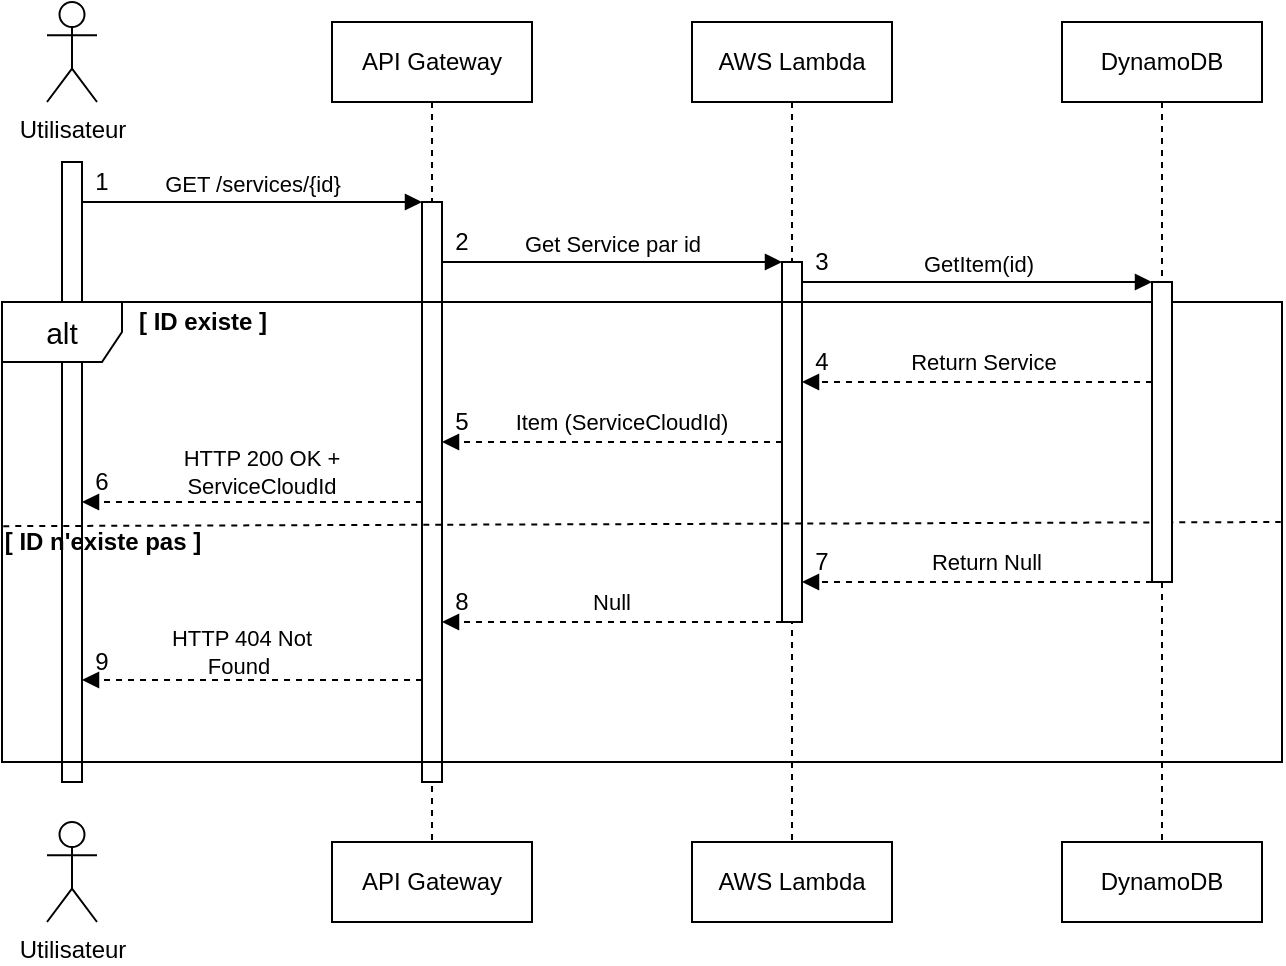
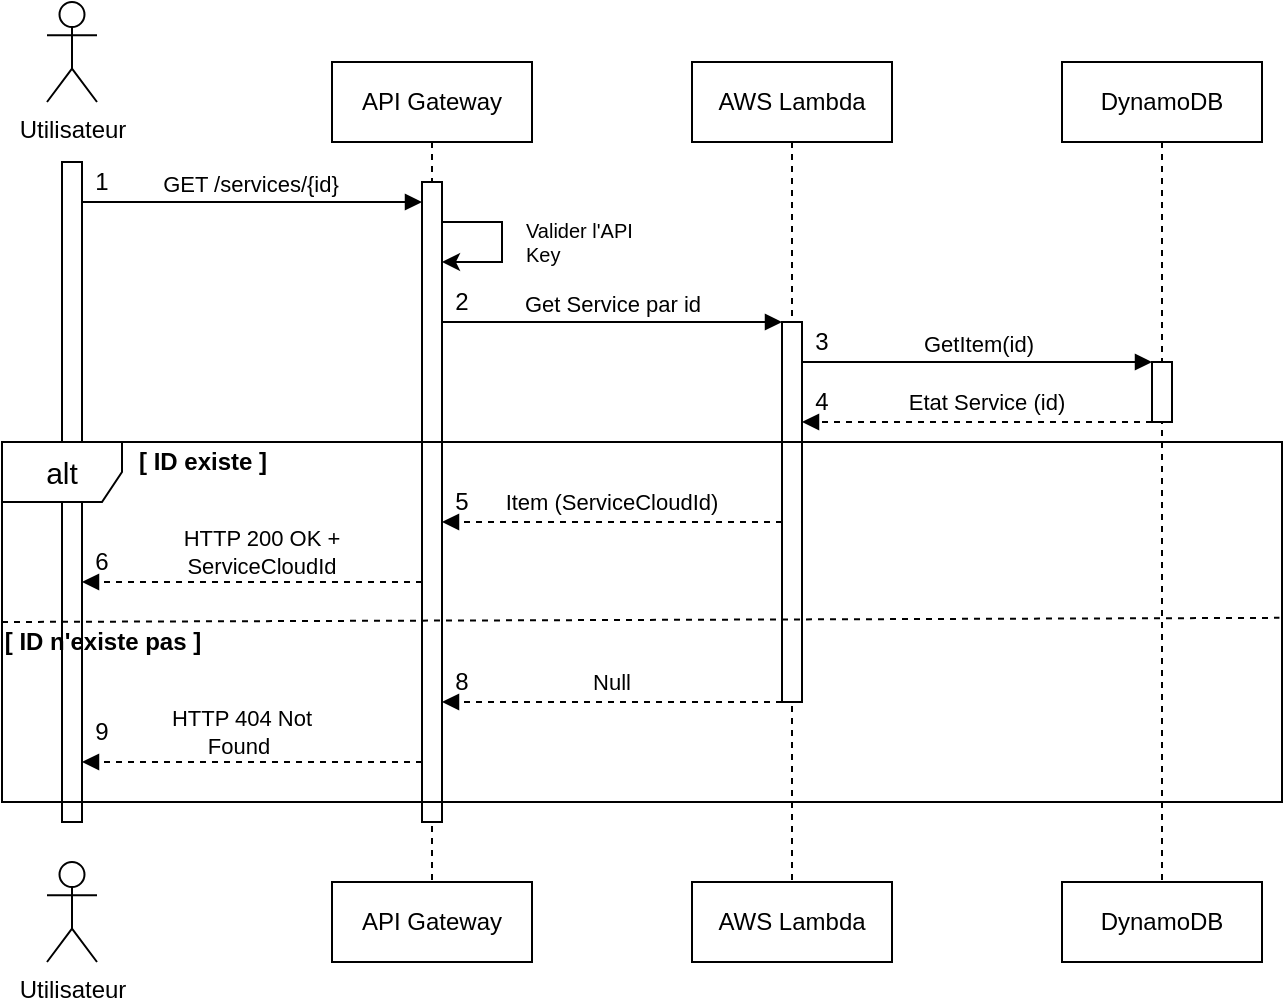
<mxfile host="app.diagrams.net" agent="5.0 (Macintosh; Intel Mac OS X 10_15_7) AppleWebKit/537.36 (KHTML, like Gecko) Chrome/109.0.0.0 Safari/537.36">
  <diagram name="Page-1" id="2YBvvXClWsGukQMizWep">
-     <mxGraphModel dx="900" dy="578" grid="1" gridSize="10" guides="1" tooltips="1" connect="1" arrows="1" fold="1" page="1" pageScale="1" pageWidth="850" pageHeight="1100" math="0" shadow="0">
+     <mxGraphModel dx="1013" dy="650" grid="1" gridSize="10" guides="1" tooltips="1" connect="1" arrows="1" fold="1" page="1" pageScale="1" pageWidth="850" pageHeight="1100" math="0" shadow="0">
      <root>
        <mxCell id="0" />
        <mxCell id="1" parent="0" />
        <mxCell id="aM9ryv3xv72pqoxQDRHE-1" parent="1" style="shape=umlLifeline;perimeter=lifelinePerimeter;whiteSpace=wrap;html=1;container=0;dropTarget=0;collapsible=0;recursiveResize=0;outlineConnect=0;portConstraint=eastwest;newEdgeStyle={&quot;edgeStyle&quot;:&quot;elbowEdgeStyle&quot;,&quot;elbow&quot;:&quot;vertical&quot;,&quot;curved&quot;:0,&quot;rounded&quot;:0};" value="API Gateway" vertex="1">
          <mxGeometry height="410" width="100" x="285" y="80" as="geometry" />
        </mxCell>
        <mxCell id="aM9ryv3xv72pqoxQDRHE-2" parent="aM9ryv3xv72pqoxQDRHE-1" style="html=1;points=[];perimeter=orthogonalPerimeter;outlineConnect=0;targetShapes=umlLifeline;portConstraint=eastwest;newEdgeStyle={&quot;edgeStyle&quot;:&quot;elbowEdgeStyle&quot;,&quot;elbow&quot;:&quot;vertical&quot;,&quot;curved&quot;:0,&quot;rounded&quot;:0};" value="" vertex="1">
-           <mxGeometry height="290" width="10" x="45" y="90" as="geometry" />
+           <mxGeometry height="320" width="10" x="45" y="60" as="geometry" />
        </mxCell>
        <mxCell id="aM9ryv3xv72pqoxQDRHE-5" parent="1" style="shape=umlLifeline;perimeter=lifelinePerimeter;whiteSpace=wrap;html=1;container=0;dropTarget=0;collapsible=0;recursiveResize=0;outlineConnect=0;portConstraint=eastwest;newEdgeStyle={&quot;edgeStyle&quot;:&quot;elbowEdgeStyle&quot;,&quot;elbow&quot;:&quot;vertical&quot;,&quot;curved&quot;:0,&quot;rounded&quot;:0};" value="AWS Lambda" vertex="1">
          <mxGeometry height="410" width="100" x="465" y="80" as="geometry" />
        </mxCell>
        <mxCell id="aM9ryv3xv72pqoxQDRHE-6" parent="aM9ryv3xv72pqoxQDRHE-5" style="html=1;points=[];perimeter=orthogonalPerimeter;outlineConnect=0;targetShapes=umlLifeline;portConstraint=eastwest;newEdgeStyle={&quot;edgeStyle&quot;:&quot;elbowEdgeStyle&quot;,&quot;elbow&quot;:&quot;vertical&quot;,&quot;curved&quot;:0,&quot;rounded&quot;:0};" value="" vertex="1">
-           <mxGeometry height="180" width="10" x="45" y="120" as="geometry" />
+           <mxGeometry height="190" width="10" x="45" y="130" as="geometry" />
        </mxCell>
        <mxCell id="aM9ryv3xv72pqoxQDRHE-7" edge="1" parent="1" style="html=1;verticalAlign=bottom;endArrow=block;edgeStyle=elbowEdgeStyle;elbow=vertical;curved=0;rounded=0;" value="GET /services/{id}">
          <mxGeometry relative="1" as="geometry">
+             <mxPoint x="-1" as="offset" />
            <Array as="points">
-               <mxPoint x="245" y="170" />
+               <mxPoint x="245" y="150" />
            </Array>
-             <mxPoint x="160" y="170" as="sourcePoint" />
-             <mxPoint x="330" y="170" as="targetPoint" />
+             <mxPoint x="160" y="150" as="sourcePoint" />
+             <mxPoint x="330" y="150" as="targetPoint" />
          </mxGeometry>
        </mxCell>
        <mxCell id="ydfixyK2cgRqEg1iHaJK-1" parent="1" style="html=1;points=[];perimeter=orthogonalPerimeter;outlineConnect=0;targetShapes=umlLifeline;portConstraint=eastwest;newEdgeStyle={&quot;edgeStyle&quot;:&quot;elbowEdgeStyle&quot;,&quot;elbow&quot;:&quot;vertical&quot;,&quot;curved&quot;:0,&quot;rounded&quot;:0};" value="" vertex="1">
-           <mxGeometry height="310" width="10" x="150" y="150" as="geometry" />
+           <mxGeometry height="330" width="10" x="150" y="130" as="geometry" />
        </mxCell>
        <mxCell id="ydfixyK2cgRqEg1iHaJK-2" parent="1" style="shape=umlActor;verticalLabelPosition=bottom;verticalAlign=top;html=1;outlineConnect=0;" value="Utilisateur" vertex="1">
-           <mxGeometry height="50" width="25" x="142.5" y="70" as="geometry" />
+           <mxGeometry height="50" width="25" x="142.5" y="50" as="geometry" />
        </mxCell>
        <mxCell id="ydfixyK2cgRqEg1iHaJK-3" parent="1" style="text;html=1;whiteSpace=wrap;strokeColor=none;fillColor=none;align=center;verticalAlign=middle;rounded=0;" value="1" vertex="1">
-           <mxGeometry height="20" width="20" x="160" y="150" as="geometry" />
+           <mxGeometry height="20" width="20" x="160" y="130" as="geometry" />
        </mxCell>
-         <mxCell id="ydfixyK2cgRqEg1iHaJK-4" edge="1" parent="1" style="html=1;verticalAlign=bottom;endArrow=block;edgeStyle=elbowEdgeStyle;elbow=vertical;curved=0;rounded=0;" target="ydfixyK2cgRqEg1iHaJK-46" value="GetItem(id)">
+         <mxCell id="ydfixyK2cgRqEg1iHaJK-4" edge="1" parent="1" style="html=1;verticalAlign=bottom;endArrow=block;edgeStyle=elbowEdgeStyle;elbow=vertical;curved=0;rounded=0;" value="GetItem(id)">
          <mxGeometry relative="1" as="geometry">
            <mxPoint as="offset" />
            <Array as="points">
-               <mxPoint x="605" y="210" />
+               <mxPoint x="605" y="230" />
            </Array>
-             <mxPoint x="520" y="210" as="sourcePoint" />
-             <mxPoint x="690" y="210" as="targetPoint" />
+             <mxPoint x="520" y="230" as="sourcePoint" />
+             <mxPoint x="695" y="230" as="targetPoint" />
          </mxGeometry>
        </mxCell>
        <mxCell id="ydfixyK2cgRqEg1iHaJK-7" parent="1" style="shape=umlFrame;whiteSpace=wrap;html=1;pointerEvents=0;" value="&lt;font style=&quot;font-size: 15px;&quot;&gt;alt&lt;/font&gt;" vertex="1">
-           <mxGeometry height="230" width="640" x="120" y="220" as="geometry" />
+           <mxGeometry height="180" width="640" x="120" y="270" as="geometry" />
        </mxCell>
        <mxCell id="ydfixyK2cgRqEg1iHaJK-8" parent="1" style="text;align=center;fontStyle=1;verticalAlign=middle;spacingLeft=3;spacingRight=3;strokeColor=none;rotatable=0;points=[[0,0.5],[1,0.5]];portConstraint=eastwest;html=1;" value="[ ID existe ]" vertex="1">
-           <mxGeometry height="20" width="60" x="190" y="220" as="geometry" />
+           <mxGeometry height="20" width="60" x="190" y="270" as="geometry" />
        </mxCell>
        <mxCell id="ydfixyK2cgRqEg1iHaJK-9" parent="1" style="text;html=1;whiteSpace=wrap;strokeColor=none;fillColor=none;align=center;verticalAlign=middle;rounded=0;" value="2" vertex="1">
-           <mxGeometry height="20" width="20" x="340" y="180" as="geometry" />
+           <mxGeometry height="20" width="20" x="340" y="190" as="geometry" />
        </mxCell>
        <mxCell id="ydfixyK2cgRqEg1iHaJK-15" edge="1" parent="1" style="html=1;verticalAlign=bottom;endArrow=block;edgeStyle=elbowEdgeStyle;elbow=vertical;curved=0;rounded=0;endFill=1;entryX=0;entryY=1;entryDx=0;entryDy=0;dashed=1;" value="">
          <mxGeometry relative="1" as="geometry">
            <Array as="points">
-               <mxPoint x="490" y="290" />
+               <mxPoint x="490" y="310" />
            </Array>
-             <mxPoint x="510" y="290" as="sourcePoint" />
-             <mxPoint x="340" y="290" as="targetPoint" />
+             <mxPoint x="510" y="310" as="sourcePoint" />
+             <mxPoint x="340" y="310" as="targetPoint" />
          </mxGeometry>
        </mxCell>
        <mxCell id="ydfixyK2cgRqEg1iHaJK-18" parent="1" style="text;html=1;whiteSpace=wrap;strokeColor=none;fillColor=none;align=center;verticalAlign=middle;rounded=0;strokeWidth=1;fontSize=11;" value="Item (ServiceCloudId)" vertex="1">
-           <mxGeometry height="20" width="120" x="370" y="270" as="geometry" />
+           <mxGeometry height="20" width="120" x="365" y="290" as="geometry" />
        </mxCell>
        <mxCell id="ydfixyK2cgRqEg1iHaJK-19" edge="1" parent="1" style="html=1;verticalAlign=bottom;endArrow=block;edgeStyle=elbowEdgeStyle;elbow=vertical;curved=0;rounded=0;endFill=1;entryX=1;entryY=0.529;entryDx=0;entryDy=0;entryPerimeter=0;dashed=1;" value="">
          <mxGeometry relative="1" as="geometry">
            <Array as="points">
-               <mxPoint x="310" y="320" />
+               <mxPoint x="310" y="340" />
            </Array>
-             <mxPoint x="330" y="320" as="sourcePoint" />
-             <mxPoint x="160" y="320" as="targetPoint" />
+             <mxPoint x="330" y="340" as="sourcePoint" />
+             <mxPoint x="160" y="340" as="targetPoint" />
          </mxGeometry>
        </mxCell>
        <mxCell id="ydfixyK2cgRqEg1iHaJK-20" parent="1" style="text;html=1;whiteSpace=wrap;strokeColor=none;fillColor=none;align=center;verticalAlign=middle;rounded=0;" value="4" vertex="1">
          <mxGeometry height="20" width="20" x="520" y="240" as="geometry" />
        </mxCell>
        <mxCell id="ydfixyK2cgRqEg1iHaJK-21" parent="1" style="text;html=1;whiteSpace=wrap;strokeColor=none;fillColor=none;align=center;verticalAlign=middle;rounded=0;strokeWidth=1;fontSize=11;" value="HTTP 200 OK + ServiceCloudId" vertex="1">
-           <mxGeometry height="30" width="100" x="200" y="290" as="geometry" />
+           <mxGeometry height="30" width="100" x="200" y="310" as="geometry" />
        </mxCell>
        <mxCell id="ydfixyK2cgRqEg1iHaJK-23" edge="1" parent="1" style="endArrow=none;dashed=1;html=1;rounded=0;entryX=0.998;entryY=0.544;entryDx=0;entryDy=0;entryPerimeter=0;" value="">
          <mxGeometry height="50" relative="1" width="50" as="geometry">
-             <mxPoint x="120.64" y="332.08" as="sourcePoint" />
-             <mxPoint x="759.36" y="329.99999999999994" as="targetPoint" />
+             <mxPoint x="120" y="360" as="sourcePoint" />
+             <mxPoint x="758.72" y="357.91999999999996" as="targetPoint" />
          </mxGeometry>
        </mxCell>
        <mxCell id="ydfixyK2cgRqEg1iHaJK-26" edge="1" parent="1" style="html=1;verticalAlign=bottom;endArrow=block;edgeStyle=elbowEdgeStyle;elbow=vertical;curved=0;rounded=0;endFill=1;entryX=0;entryY=1;entryDx=0;entryDy=0;dashed=1;" value="">
          <mxGeometry relative="1" as="geometry">
            <Array as="points" />
-             <mxPoint x="510" y="380" as="sourcePoint" />
-             <mxPoint x="340" y="380" as="targetPoint" />
+             <mxPoint x="510" y="400" as="sourcePoint" />
+             <mxPoint x="340" y="400" as="targetPoint" />
          </mxGeometry>
        </mxCell>
        <mxCell id="ydfixyK2cgRqEg1iHaJK-28" parent="1" style="text;html=1;whiteSpace=wrap;strokeColor=none;fillColor=none;align=center;verticalAlign=middle;rounded=0;strokeWidth=1;fontSize=11;" value="Null" vertex="1">
-           <mxGeometry height="20" width="60" x="395" y="360" as="geometry" />
+           <mxGeometry height="20" width="60" x="395" y="380" as="geometry" />
        </mxCell>
        <mxCell id="ydfixyK2cgRqEg1iHaJK-29" parent="1" style="text;html=1;whiteSpace=wrap;strokeColor=none;fillColor=none;align=center;verticalAlign=middle;rounded=0;" value="&lt;div align=&quot;center&quot;&gt;&amp;nbsp; &amp;nbsp;5&lt;span style=&quot;white-space: pre;&quot;&gt;&#x9;&lt;/span&gt;&lt;/div&gt;" vertex="1">
-           <mxGeometry height="20" width="20" x="340" y="270" as="geometry" />
+           <mxGeometry height="20" width="20" x="340" y="290" as="geometry" />
        </mxCell>
        <mxCell id="ydfixyK2cgRqEg1iHaJK-30" edge="1" parent="1" style="html=1;verticalAlign=bottom;endArrow=block;edgeStyle=elbowEdgeStyle;elbow=vertical;curved=0;rounded=0;endFill=1;entryX=1;entryY=0.529;entryDx=0;entryDy=0;entryPerimeter=0;dashed=1;" value="">
          <mxGeometry relative="1" as="geometry">
            <Array as="points">
-               <mxPoint x="310" y="409" />
+               <mxPoint x="310" y="430" />
            </Array>
-             <mxPoint x="330" y="409" as="sourcePoint" />
-             <mxPoint x="160" y="409" as="targetPoint" />
+             <mxPoint x="330" y="430" as="sourcePoint" />
+             <mxPoint x="160" y="430" as="targetPoint" />
          </mxGeometry>
        </mxCell>
        <mxCell id="ydfixyK2cgRqEg1iHaJK-31" parent="1" style="text;html=1;whiteSpace=wrap;strokeColor=none;fillColor=none;align=center;verticalAlign=middle;rounded=0;fontSize=11;" value="HTTP 404 Not Found&amp;nbsp;" vertex="1">
-           <mxGeometry height="30" width="100" x="190" y="380" as="geometry" />
+           <mxGeometry height="30" width="100" x="190" y="400" as="geometry" />
        </mxCell>
        <mxCell id="ydfixyK2cgRqEg1iHaJK-32" parent="1" style="text;html=1;whiteSpace=wrap;strokeColor=none;fillColor=none;align=center;verticalAlign=middle;rounded=0;" value="6" vertex="1">
-           <mxGeometry height="20" width="20" x="160" y="300" as="geometry" />
+           <mxGeometry height="20" width="20" x="160" y="320" as="geometry" />
        </mxCell>
        <mxCell id="ydfixyK2cgRqEg1iHaJK-35" parent="1" style="shape=umlLifeline;perimeter=lifelinePerimeter;whiteSpace=wrap;html=1;container=0;dropTarget=0;collapsible=0;recursiveResize=0;outlineConnect=0;portConstraint=eastwest;newEdgeStyle={&quot;edgeStyle&quot;:&quot;elbowEdgeStyle&quot;,&quot;elbow&quot;:&quot;vertical&quot;,&quot;curved&quot;:0,&quot;rounded&quot;:0};" value="API Gateway" vertex="1">
          <mxGeometry height="40" width="100" x="285" y="490" as="geometry" />
        </mxCell>
        <mxCell id="ydfixyK2cgRqEg1iHaJK-38" parent="1" style="shape=umlLifeline;perimeter=lifelinePerimeter;whiteSpace=wrap;html=1;container=0;dropTarget=0;collapsible=0;recursiveResize=0;outlineConnect=0;portConstraint=eastwest;newEdgeStyle={&quot;edgeStyle&quot;:&quot;elbowEdgeStyle&quot;,&quot;elbow&quot;:&quot;vertical&quot;,&quot;curved&quot;:0,&quot;rounded&quot;:0};" value="AWS Lambda" vertex="1">
          <mxGeometry height="40" width="100" x="465" y="490" as="geometry" />
        </mxCell>
        <mxCell id="ydfixyK2cgRqEg1iHaJK-40" parent="1" style="text;align=center;fontStyle=1;verticalAlign=middle;spacingLeft=3;spacingRight=3;strokeColor=none;rotatable=0;points=[[0,0.5],[1,0.5]];portConstraint=eastwest;html=1;" value="[ ID n&#39;existe pas ]" vertex="1">
-           <mxGeometry height="20" width="60" x="140" y="330" as="geometry" />
+           <mxGeometry height="20" width="60" x="140" y="360" as="geometry" />
        </mxCell>
        <mxCell id="ydfixyK2cgRqEg1iHaJK-42" parent="1" style="shape=umlActor;verticalLabelPosition=bottom;verticalAlign=top;html=1;outlineConnect=0;" value="Utilisateur" vertex="1">
          <mxGeometry height="50" width="25" x="142.5" y="480" as="geometry" />
        </mxCell>
        <mxCell id="ydfixyK2cgRqEg1iHaJK-45" parent="1" style="shape=umlLifeline;perimeter=lifelinePerimeter;whiteSpace=wrap;html=1;container=0;dropTarget=0;collapsible=0;recursiveResize=0;outlineConnect=0;portConstraint=eastwest;newEdgeStyle={&quot;edgeStyle&quot;:&quot;elbowEdgeStyle&quot;,&quot;elbow&quot;:&quot;vertical&quot;,&quot;curved&quot;:0,&quot;rounded&quot;:0};" value="DynamoDB" vertex="1">
          <mxGeometry height="410" width="100" x="650" y="80" as="geometry" />
        </mxCell>
        <mxCell id="ydfixyK2cgRqEg1iHaJK-46" parent="ydfixyK2cgRqEg1iHaJK-45" style="html=1;points=[];perimeter=orthogonalPerimeter;outlineConnect=0;targetShapes=umlLifeline;portConstraint=eastwest;newEdgeStyle={&quot;edgeStyle&quot;:&quot;elbowEdgeStyle&quot;,&quot;elbow&quot;:&quot;vertical&quot;,&quot;curved&quot;:0,&quot;rounded&quot;:0};" value="" vertex="1">
-           <mxGeometry height="150" width="10" x="45" y="130" as="geometry" />
+           <mxGeometry height="30" width="10" x="45" y="150" as="geometry" />
        </mxCell>
        <mxCell id="ydfixyK2cgRqEg1iHaJK-47" parent="1" style="shape=umlLifeline;perimeter=lifelinePerimeter;whiteSpace=wrap;html=1;container=0;dropTarget=0;collapsible=0;recursiveResize=0;outlineConnect=0;portConstraint=eastwest;newEdgeStyle={&quot;edgeStyle&quot;:&quot;elbowEdgeStyle&quot;,&quot;elbow&quot;:&quot;vertical&quot;,&quot;curved&quot;:0,&quot;rounded&quot;:0};" value="DynamoDB" vertex="1">
          <mxGeometry height="40" width="100" x="650" y="490" as="geometry" />
        </mxCell>
        <mxCell id="ydfixyK2cgRqEg1iHaJK-48" edge="1" parent="1" style="html=1;verticalAlign=bottom;endArrow=block;edgeStyle=elbowEdgeStyle;elbow=vertical;curved=0;rounded=0;" value="Get Service par id">
          <mxGeometry relative="1" as="geometry">
            <Array as="points">
-               <mxPoint x="425" y="200" />
+               <mxPoint x="425" y="210" />
            </Array>
-             <mxPoint x="340" y="200" as="sourcePoint" />
-             <mxPoint x="510" y="200" as="targetPoint" />
+             <mxPoint x="340" y="210" as="sourcePoint" />
+             <mxPoint x="510" y="210" as="targetPoint" />
          </mxGeometry>
        </mxCell>
        <mxCell id="ydfixyK2cgRqEg1iHaJK-49" parent="1" style="text;html=1;whiteSpace=wrap;strokeColor=none;fillColor=none;align=center;verticalAlign=middle;rounded=0;" value="3" vertex="1">
-           <mxGeometry height="20" width="20" x="520" y="190" as="geometry" />
+           <mxGeometry height="20" width="20" x="520" y="210" as="geometry" />
        </mxCell>
        <mxCell id="ydfixyK2cgRqEg1iHaJK-52" edge="1" parent="1" source="ydfixyK2cgRqEg1iHaJK-46" style="html=1;verticalAlign=bottom;endArrow=block;edgeStyle=elbowEdgeStyle;elbow=vertical;curved=0;rounded=0;endFill=1;entryX=0;entryY=1;entryDx=0;entryDy=0;dashed=1;" value="">
          <mxGeometry relative="1" as="geometry">
            <Array as="points">
              <mxPoint x="670" y="260" />
            </Array>
            <mxPoint x="690" y="260" as="sourcePoint" />
            <mxPoint x="520" y="260" as="targetPoint" />
          </mxGeometry>
        </mxCell>
-         <mxCell id="ydfixyK2cgRqEg1iHaJK-53" parent="1" style="text;html=1;whiteSpace=wrap;strokeColor=none;fillColor=none;align=center;verticalAlign=middle;rounded=0;fontSize=11;" value="Return Service&amp;nbsp;" vertex="1">
+         <mxCell id="ydfixyK2cgRqEg1iHaJK-53" parent="1" style="text;html=1;whiteSpace=wrap;strokeColor=none;fillColor=none;align=center;verticalAlign=middle;rounded=0;fontSize=11;" value="Etat Service (id)" vertex="1">
          <mxGeometry height="20" width="95" x="565" y="240" as="geometry" />
        </mxCell>
        <mxCell id="ydfixyK2cgRqEg1iHaJK-54" edge="1" parent="1" style="edgeStyle=orthogonalEdgeStyle;rounded=0;orthogonalLoop=1;jettySize=auto;html=1;innerLoopWaypoints=1;exitX=0.5;exitY=1;exitDx=0;exitDy=0;">
          <mxGeometry relative="1" as="geometry">
            <mxPoint x="425" y="270" as="sourcePoint" />
            <mxPoint x="425" y="270" as="targetPoint" />
          </mxGeometry>
        </mxCell>
-         <mxCell id="ydfixyK2cgRqEg1iHaJK-56" edge="1" parent="1" style="html=1;verticalAlign=bottom;endArrow=block;edgeStyle=elbowEdgeStyle;elbow=vertical;curved=0;rounded=0;endFill=1;entryX=0;entryY=1;entryDx=0;entryDy=0;dashed=1;" value="">
-           <mxGeometry relative="1" as="geometry">
+         <mxCell id="ydfixyK2cgRqEg1iHaJK-63" parent="1" style="text;html=1;whiteSpace=wrap;strokeColor=none;fillColor=none;align=center;verticalAlign=middle;rounded=0;" value="8" vertex="1">
+           <mxGeometry height="20" width="20" x="340" y="380" as="geometry" />
+         </mxCell>
+         <mxCell id="ydfixyK2cgRqEg1iHaJK-64" parent="1" style="text;html=1;whiteSpace=wrap;strokeColor=none;fillColor=none;align=center;verticalAlign=middle;rounded=0;" value="9" vertex="1">
+           <mxGeometry height="20" width="20" x="160" y="405" as="geometry" />
+         </mxCell>
+         <mxCell id="ydfixyK2cgRqEg1iHaJK-67" edge="1" parent="1" style="endArrow=classic;html=1;rounded=0;entryX=1;entryY=0.125;entryDx=0;entryDy=0;entryPerimeter=0;" target="aM9ryv3xv72pqoxQDRHE-2" value="">
+           <mxGeometry height="50" relative="1" width="50" as="geometry">
            <Array as="points">
-               <mxPoint x="670" y="360" />
+               <mxPoint x="370" y="160" />
+               <mxPoint x="370" y="180" />
            </Array>
-             <mxPoint x="695" y="360" as="sourcePoint" />
-             <mxPoint x="520" y="360" as="targetPoint" />
+             <mxPoint x="340" y="160" as="sourcePoint" />
+             <mxPoint x="560" y="160" as="targetPoint" />
          </mxGeometry>
        </mxCell>
-         <mxCell id="ydfixyK2cgRqEg1iHaJK-57" parent="1" style="text;html=1;whiteSpace=wrap;strokeColor=none;fillColor=none;align=center;verticalAlign=middle;rounded=0;fontSize=11;" value="Return Null" vertex="1">
-           <mxGeometry height="20" width="75" x="575" y="340" as="geometry" />
-         </mxCell>
-         <mxCell id="ydfixyK2cgRqEg1iHaJK-61" parent="1" style="text;html=1;whiteSpace=wrap;strokeColor=none;fillColor=none;align=center;verticalAlign=middle;rounded=0;" value="7" vertex="1">
-           <mxGeometry height="20" width="20" x="520" y="340" as="geometry" />
-         </mxCell>
-         <mxCell id="ydfixyK2cgRqEg1iHaJK-63" parent="1" style="text;html=1;whiteSpace=wrap;strokeColor=none;fillColor=none;align=center;verticalAlign=middle;rounded=0;" value="8" vertex="1">
-           <mxGeometry height="20" width="20" x="340" y="360" as="geometry" />
-         </mxCell>
-         <mxCell id="ydfixyK2cgRqEg1iHaJK-64" parent="1" style="text;html=1;whiteSpace=wrap;strokeColor=none;fillColor=none;align=center;verticalAlign=middle;rounded=0;" value="9" vertex="1">
-           <mxGeometry height="20" width="20" x="160" y="390" as="geometry" />
+         <mxCell id="ydfixyK2cgRqEg1iHaJK-70" parent="1" style="text;html=1;whiteSpace=wrap;strokeColor=none;fillColor=none;align=left;verticalAlign=middle;rounded=0;fontSize=10;" value="&lt;div align=&quot;left&quot;&gt;Valider l&#39;API Key&lt;/div&gt;" vertex="1">
+           <mxGeometry height="40" width="70" x="380" y="150" as="geometry" />
        </mxCell>
      </root>
    </mxGraphModel>
  </diagram>
</mxfile>
